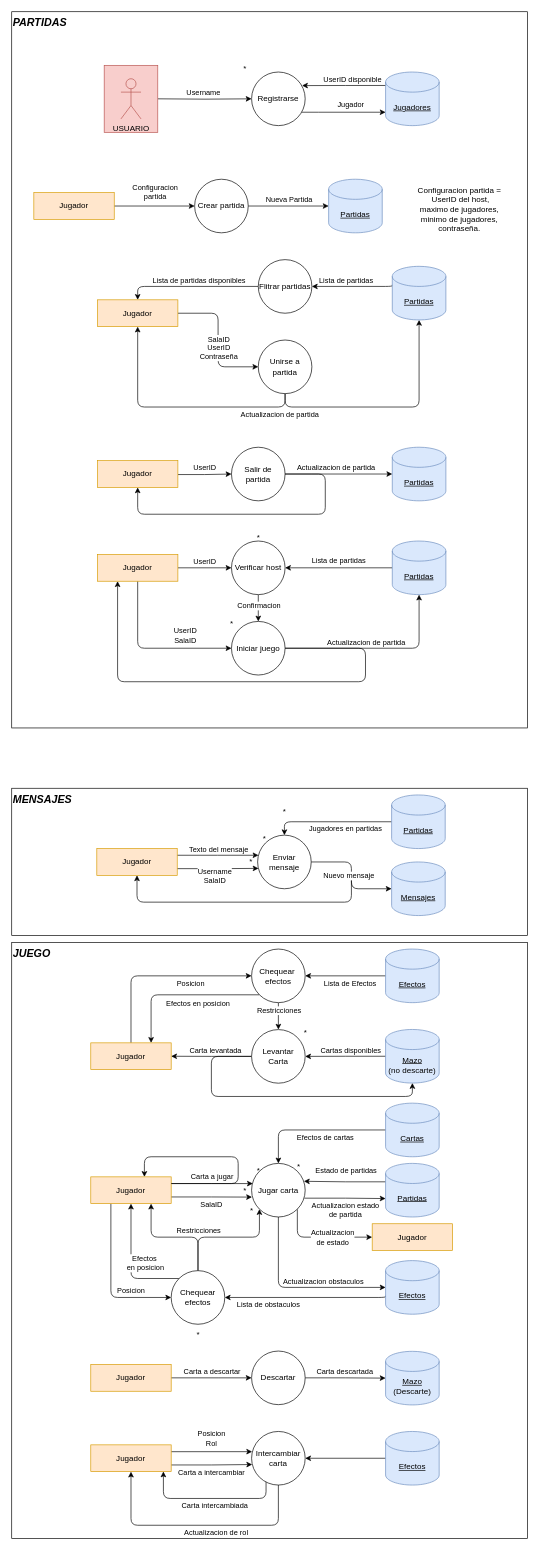
PedroSalas216/Ingenieria-SW-1 keeps this draw.io diagram as page "Página-3" (3 of 3) of Diagrama sin título.drawio. Above is the earlier version. Source tidied: cells renumbered, new cells numbered last; positions are measured from the earlier drawing's top-left corner, leaving out a move shared by most shapes. Both pictures are drawn from the tidied source at 67%, with x=0, y=0 at pixel (11, 11).
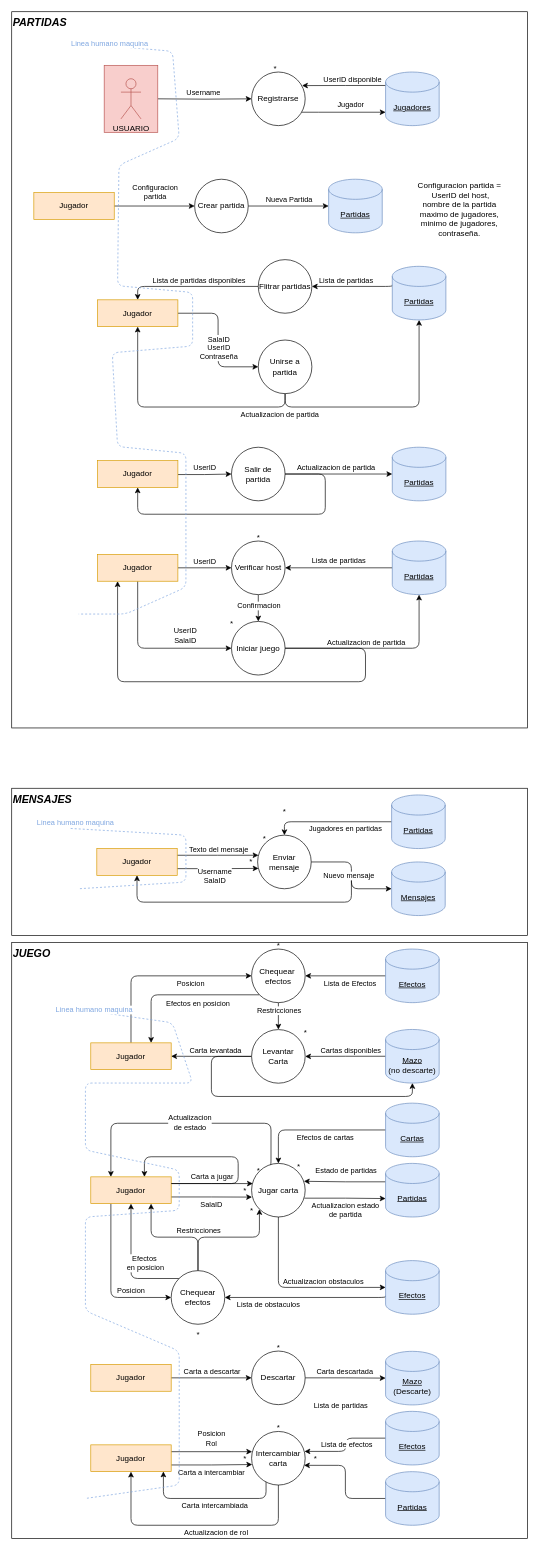
The same diagram, later.

The change refers to these unchanged cells:
```xml
<mxCell id="90" value="Jugador" style="rounded=0;whiteSpace=wrap;html=1;fillColor=#ffe6cc;strokeColor=#d79b00;" parent="1" vertex="1">
  <mxGeometry x="118" y="1739" width="120" height="40" as="geometry" />
</mxCell>
<mxCell id="95" value="Jugar carta" style="ellipse;whiteSpace=wrap;html=1;" parent="1" vertex="1">
  <mxGeometry x="358" y="1718.9" width="80" height="80" as="geometry" />
</mxCell>
<mxCell id="133" value="Intercambiar&lt;br&gt;carta" style="ellipse;whiteSpace=wrap;html=1;" parent="1" vertex="1">
  <mxGeometry x="358" y="2119" width="80" height="80" as="geometry" />
</mxCell>
```

Change to the diagram source:
```diff
@@
-    <mxCell id="30" value="Configuracion partida =&lt;br&gt;&amp;nbsp;UserID del host,&lt;br&gt;maximo de jugadores,&lt;br&gt;minimo de jugadores,&lt;br&gt;&amp;nbsp;contraseña.&amp;nbsp;" style="text;html=1;align=center;verticalAlign=middle;strokeColor=none;fillColor=none;" parent="1" vertex="1">
-      <mxGeometry x="593" y="250" width="150" height="90" as="geometry" />
+    <mxCell id="30" value="Configuracion partida =&lt;br&gt;&amp;nbsp;UserID del host,&lt;br&gt;nombre de la partida&lt;br&gt;maximo de jugadores,&lt;br&gt;minimo de jugadores,&lt;br&gt;&amp;nbsp;contraseña.&amp;nbsp;" style="text;html=1;align=center;verticalAlign=middle;strokeColor=none;fillColor=none;" parent="1" vertex="1">
+      <mxGeometry x="593" y="245" width="150" height="100" as="geometry" />
     </mxCell>
@@
     <mxCell id="41" value="*" style="text;html=1;align=center;verticalAlign=middle;strokeColor=none;fillColor=none;" parent="1" vertex="1">
-      <mxGeometry x="333" y="70" width="30" height="30" as="geometry" />
+      <mxGeometry x="378" y="70" width="30" height="30" as="geometry" />
     </mxCell>
@@
-    <mxCell id="93" style="edgeStyle=orthogonalEdgeStyle;rounded=1;jettySize=auto;html=1;exitX=1;exitY=1;exitDx=0;exitDy=0;entryX=0;entryY=0.5;entryDx=0;entryDy=0;" parent="1" edge="1" source="95" target="140">
+    <mxCell id="93" style="edgeStyle=orthogonalEdgeStyle;rounded=1;jettySize=auto;html=1;exitX=0.347;exitY=0.026;exitDx=0;exitDy=0;entryX=0.25;entryY=0;entryDx=0;entryDy=0;exitPerimeter=0;" parent="1" edge="1" source="95" target="90">
       <mxGeometry relative="1" as="geometry">
         <Array as="points">
-          <mxPoint x="426" y="1829" />
+          <mxPoint x="387" y="1721" />
+          <mxPoint x="387" y="1659" />
+          <mxPoint x="148" y="1659" />
         </Array>
       </mxGeometry>
     </mxCell>
     <mxCell id="94" value="Actualizacion &lt;br&gt;de estado" style="edgeLabel;html=1;align=center;verticalAlign=middle;" parent="93" vertex="1">
       <mxGeometry x="0.43" y="-1" relative="1" as="geometry">
-        <mxPoint x="-16" y="-1" as="offset" />
+        <mxPoint x="88" y="-1" as="offset" />
       </mxGeometry>
     </mxCell>
@@
-    <mxCell id="134" style="edgeStyle=orthogonalEdgeStyle;rounded=0;jettySize=auto;html=1;entryX=1;entryY=0.5;entryDx=0;entryDy=0;" parent="1" edge="1" source="135" target="133">
-      <mxGeometry relative="1" as="geometry" />
+    <mxCell id="134" style="edgeStyle=orthogonalEdgeStyle;rounded=1;jettySize=auto;html=1;entryX=0.987;entryY=0.372;entryDx=0;entryDy=0;entryPerimeter=0;" parent="1" edge="1" source="135" target="133">
+      <mxGeometry relative="1" as="geometry">
+        <Array as="points">
+          <mxPoint x="498" y="2129" />
+          <mxPoint x="498" y="2149" />
+        </Array>
+      </mxGeometry>
     </mxCell>
+    <mxCell id="147" value="Lista de efectos" style="edgeLabel;html=1;align=center;verticalAlign=middle;" parent="134" vertex="1">
+      <mxGeometry x="-0.04" y="1" relative="1" as="geometry" />
+    </mxCell>
     <mxCell id="135" value="&lt;u&gt;Efectos&lt;/u&gt;" style="shape=cylinder3;whiteSpace=wrap;html=1;boundedLbl=1;backgroundOutline=1;size=15;fillColor=#dae8fc;strokeColor=#6c8ebf;" parent="1" vertex="1">
-      <mxGeometry x="558" y="2119" width="80" height="80" as="geometry" />
+      <mxGeometry x="558" y="2089" width="80" height="80" as="geometry" />
     </mxCell>
@@
-    <mxCell id="140" value="Jugador" style="rounded=0;whiteSpace=wrap;html=1;fillColor=#ffe6cc;strokeColor=#d79b00;" parent="1" vertex="1">
-      <mxGeometry x="538" y="1809" width="120" height="40" as="geometry" />
-    </mxCell>
@@
+    <mxCell id="148" style="edgeStyle=orthogonalEdgeStyle;rounded=1;jettySize=auto;html=1;entryX=0.979;entryY=0.632;entryDx=0;entryDy=0;entryPerimeter=0;" parent="1" edge="1" source="150" target="133">
+      <mxGeometry relative="1" as="geometry" />
+    </mxCell>
+    <mxCell id="149" value="Lista de partidas" style="edgeLabel;html=1;align=center;verticalAlign=middle;" parent="148" vertex="1">
+      <mxGeometry x="-0.1" y="1" relative="1" as="geometry">
+        <mxPoint x="-7" y="-122" as="offset" />
+      </mxGeometry>
+    </mxCell>
+    <mxCell id="150" value="&lt;u&gt;Partidas&lt;/u&gt;" style="shape=cylinder3;whiteSpace=wrap;html=1;boundedLbl=1;backgroundOutline=1;size=15;fillColor=#dae8fc;strokeColor=#6c8ebf;" parent="1" vertex="1">
+      <mxGeometry x="558" y="2179" width="80" height="80" as="geometry" />
+    </mxCell>
+    <mxCell id="151" value="*" style="text;html=1;align=center;verticalAlign=middle;strokeColor=none;fillColor=none;" parent="1" vertex="1">
+      <mxGeometry x="438" y="2144.8" width="30" height="30" as="geometry" />
+    </mxCell>
+    <mxCell id="152" value="*" style="text;html=1;align=center;verticalAlign=middle;strokeColor=none;fillColor=none;" parent="1" vertex="1">
+      <mxGeometry x="333" y="2144.8" width="30" height="30" as="geometry" />
+    </mxCell>
+    <mxCell id="153" value="*" style="text;html=1;align=center;verticalAlign=middle;strokeColor=none;fillColor=none;" parent="1" vertex="1">
+      <mxGeometry x="383" y="2099" width="30" height="30" as="geometry" />
+    </mxCell>
+    <mxCell id="154" value="*" style="text;html=1;align=center;verticalAlign=middle;strokeColor=none;fillColor=none;" parent="1" vertex="1">
+      <mxGeometry x="383" y="1979" width="30" height="30" as="geometry" />
+    </mxCell>
+    <mxCell id="155" value="*" style="text;html=1;align=center;verticalAlign=middle;strokeColor=none;fillColor=none;" parent="1" vertex="1">
+      <mxGeometry x="383" y="1379" width="30" height="30" as="geometry" />
+    </mxCell>
+    <mxCell id="156" style="endArrow=none;html=1;rounded=1;dashed=1;strokeColor=#7EA6E0;" parent="1" edge="1">
+      <mxGeometry relative="1" as="geometry">
+        <mxPoint x="100" y="1489" as="sourcePoint" />
+        <mxPoint x="110" y="2219" as="targetPoint" />
+        <Array as="points">
+          <mxPoint x="100" y="1489" />
+          <mxPoint x="240" y="1509" />
+          <mxPoint x="270" y="1599" />
+          <mxPoint x="110" y="1599" />
+          <mxPoint x="110" y="1699" />
+          <mxPoint x="250" y="1729" />
+          <mxPoint x="250" y="1789" />
+          <mxPoint x="110" y="1799" />
+          <mxPoint x="110" y="1939" />
+          <mxPoint x="250" y="1999" />
+          <mxPoint x="250" y="2199" />
+          <mxPoint x="110" y="2219" />
+        </Array>
+      </mxGeometry>
+    </mxCell>
+    <mxCell id="157" value="Linea humano maquina" style="edgeLabel;html=1;align=center;verticalAlign=middle;fontColor=#7EA6E0;" parent="156" vertex="1">
+      <mxGeometry x="-0.97" y="3" relative="1" as="geometry" />
+    </mxCell>
+    <mxCell id="158" style="endArrow=none;html=1;rounded=1;dashed=1;strokeColor=#7EA6E0;" parent="1" edge="1">
+      <mxGeometry relative="1" as="geometry">
+        <mxPoint x="123" y="49" as="sourcePoint" />
+        <mxPoint x="100" y="899" as="targetPoint" />
+        <Array as="points">
+          <mxPoint x="123" y="49" />
+          <mxPoint x="240" y="59" />
+          <mxPoint x="250" y="189" />
+          <mxPoint x="160" y="229" />
+          <mxPoint x="158" y="409" />
+          <mxPoint x="270" y="419" />
+          <mxPoint x="270" y="499" />
+          <mxPoint x="150" y="509" />
+          <mxPoint x="158" y="649" />
+          <mxPoint x="260" y="659" />
+          <mxPoint x="260" y="739" />
+          <mxPoint x="260" y="859" />
+          <mxPoint x="170" y="899" />
+          <mxPoint x="100" y="899" />
+        </Array>
+      </mxGeometry>
+    </mxCell>
+    <mxCell id="159" value="Linea humano maquina" style="edgeLabel;html=1;align=center;verticalAlign=middle;fontColor=#7EA6E0;" parent="158" vertex="1">
+      <mxGeometry x="-0.97" y="3" relative="1" as="geometry" />
+    </mxCell>
+    <mxCell id="160" style="endArrow=none;html=1;rounded=1;dashed=1;strokeColor=#7EA6E0;" parent="1" edge="1">
+      <mxGeometry relative="1" as="geometry">
+        <mxPoint x="88" y="1219" as="sourcePoint" />
+        <mxPoint x="100" y="1309" as="targetPoint" />
+        <Array as="points">
+          <mxPoint x="88" y="1219" />
+          <mxPoint x="260" y="1229" />
+          <mxPoint x="260" y="1299" />
+          <mxPoint x="100" y="1309" />
+        </Array>
+      </mxGeometry>
+    </mxCell>
+    <mxCell id="161" value="Linea humano maquina" style="edgeLabel;html=1;align=center;verticalAlign=middle;fontColor=#7EA6E0;" parent="160" vertex="1">
+      <mxGeometry x="-0.97" y="3" relative="1" as="geometry">
+        <mxPoint y="-7" as="offset" />
+      </mxGeometry>
+    </mxCell>
```
